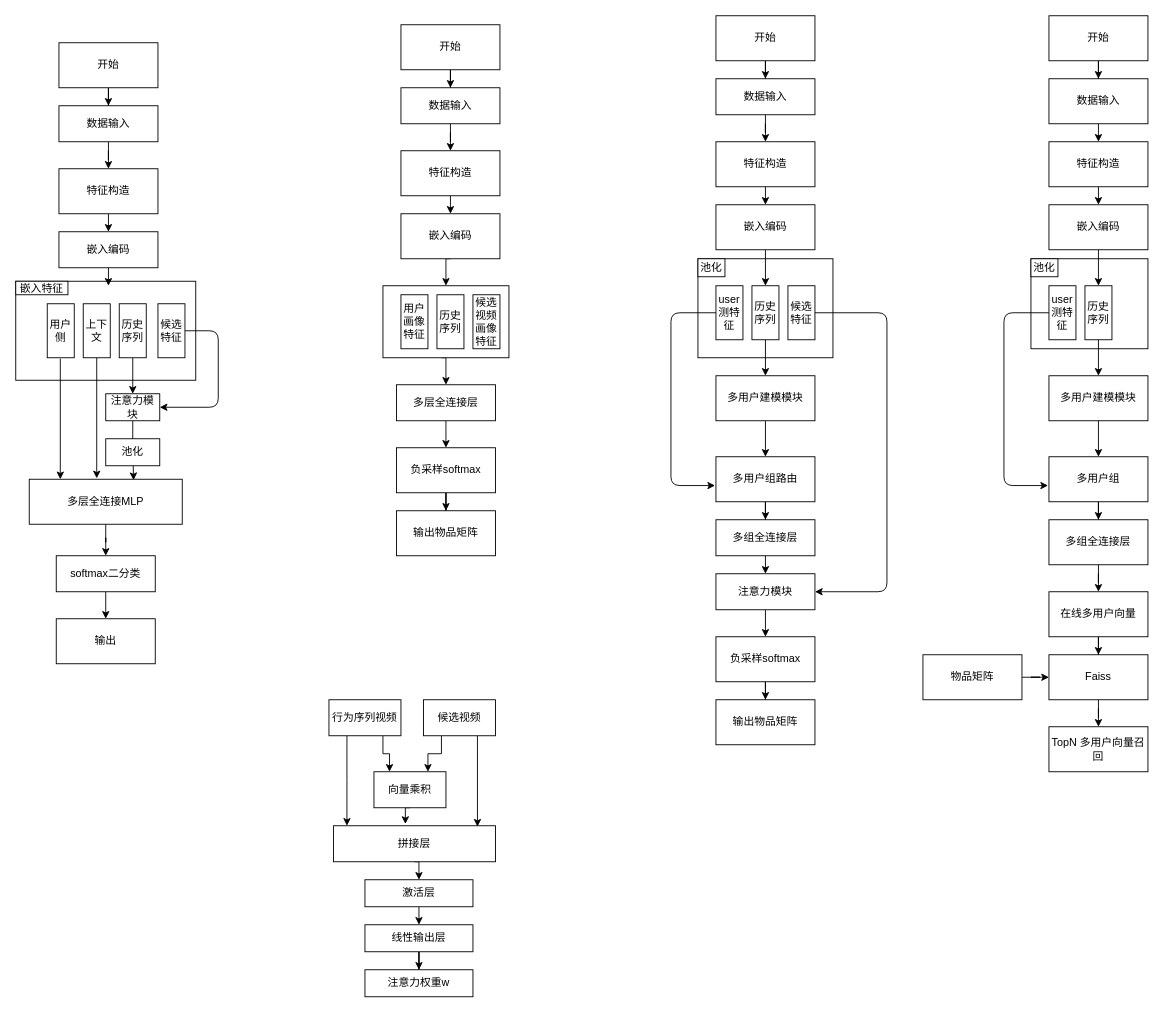
Above: Untitled Diagram.drawio in zkailinzhang/12306-I-have-got-the-train-ticket. (draw.io), before the change. Source tidied: cells renumbered, new cells numbered last; positions are measured from the earlier drawing's top-left corner, leaving out a move shared by most shapes. Both pictures are drawn from the tidied source at 90%, with x=0, y=0 at pixel (-25, 15).
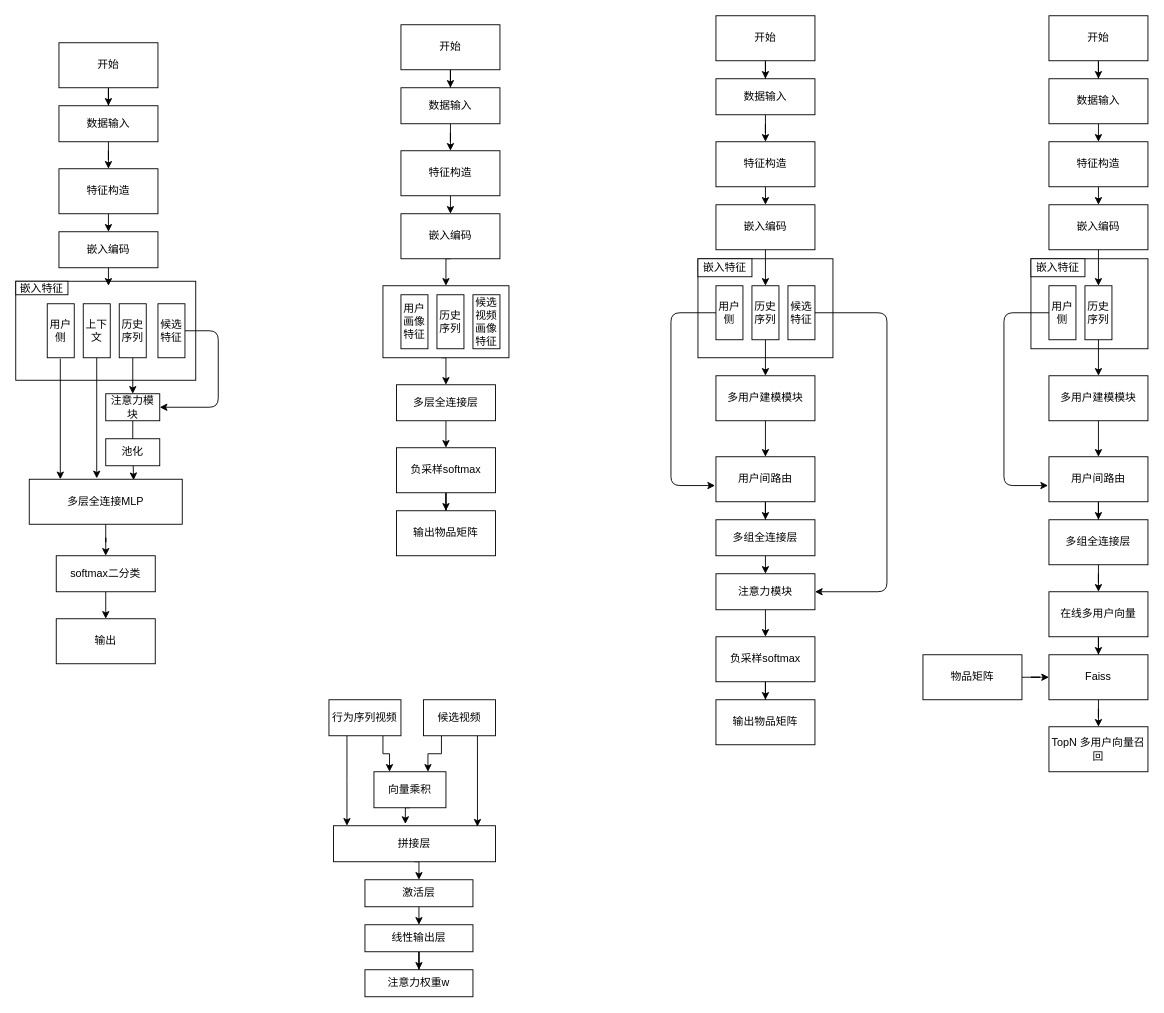
The same diagram, later.

The edit, as a diff of the source:
```diff
@@
-    <mxCell id="14" value="多用户组路由" style="rounded=0;whiteSpace=wrap;html=1;" parent="1" vertex="1">
+    <mxCell id="14" value="用户间路由" style="rounded=0;whiteSpace=wrap;html=1;" parent="1" vertex="1">
       <mxGeometry x="823" y="490" width="110" height="50" as="geometry" />
     </mxCell>
@@
-    <mxCell id="21" value="user测特征" style="rounded=0;whiteSpace=wrap;html=1;" parent="1" vertex="1">
+    <mxCell id="21" value="用户侧" style="rounded=0;whiteSpace=wrap;html=1;" parent="1" vertex="1">
       <mxGeometry x="823" y="300" width="30" height="60" as="geometry" />
     </mxCell>
@@
-    <mxCell id="25" value="池化" style="rounded=0;whiteSpace=wrap;html=1;" parent="1" vertex="1">
-      <mxGeometry x="803" y="270" width="30" height="20" as="geometry" />
+    <mxCell id="25" value="嵌入特征" style="rounded=0;whiteSpace=wrap;html=1;" parent="1" vertex="1">
+      <mxGeometry x="803" y="270" width="60" height="20" as="geometry" />
     </mxCell>
@@
-    <mxCell id="41" value="多用户组" style="rounded=0;whiteSpace=wrap;html=1;" parent="1" vertex="1">
+    <mxCell id="41" value="用户间路由" style="rounded=0;whiteSpace=wrap;html=1;" parent="1" vertex="1">
       <mxGeometry x="1193" y="490" width="110" height="50" as="geometry" />
     </mxCell>
@@
-    <mxCell id="46" value="user测特征" style="rounded=0;whiteSpace=wrap;html=1;" parent="1" vertex="1">
+    <mxCell id="46" value="用户侧" style="rounded=0;whiteSpace=wrap;html=1;" parent="1" vertex="1">
       <mxGeometry x="1193" y="300" width="30" height="60" as="geometry" />
     </mxCell>
@@
-    <mxCell id="49" value="池化" style="rounded=0;whiteSpace=wrap;html=1;" parent="1" vertex="1">
-      <mxGeometry x="1173" y="270" width="30" height="20" as="geometry" />
+    <mxCell id="49" value="嵌入特征" style="rounded=0;whiteSpace=wrap;html=1;" parent="1" vertex="1">
+      <mxGeometry x="1173" y="270" width="60" height="20" as="geometry" />
     </mxCell>
```
